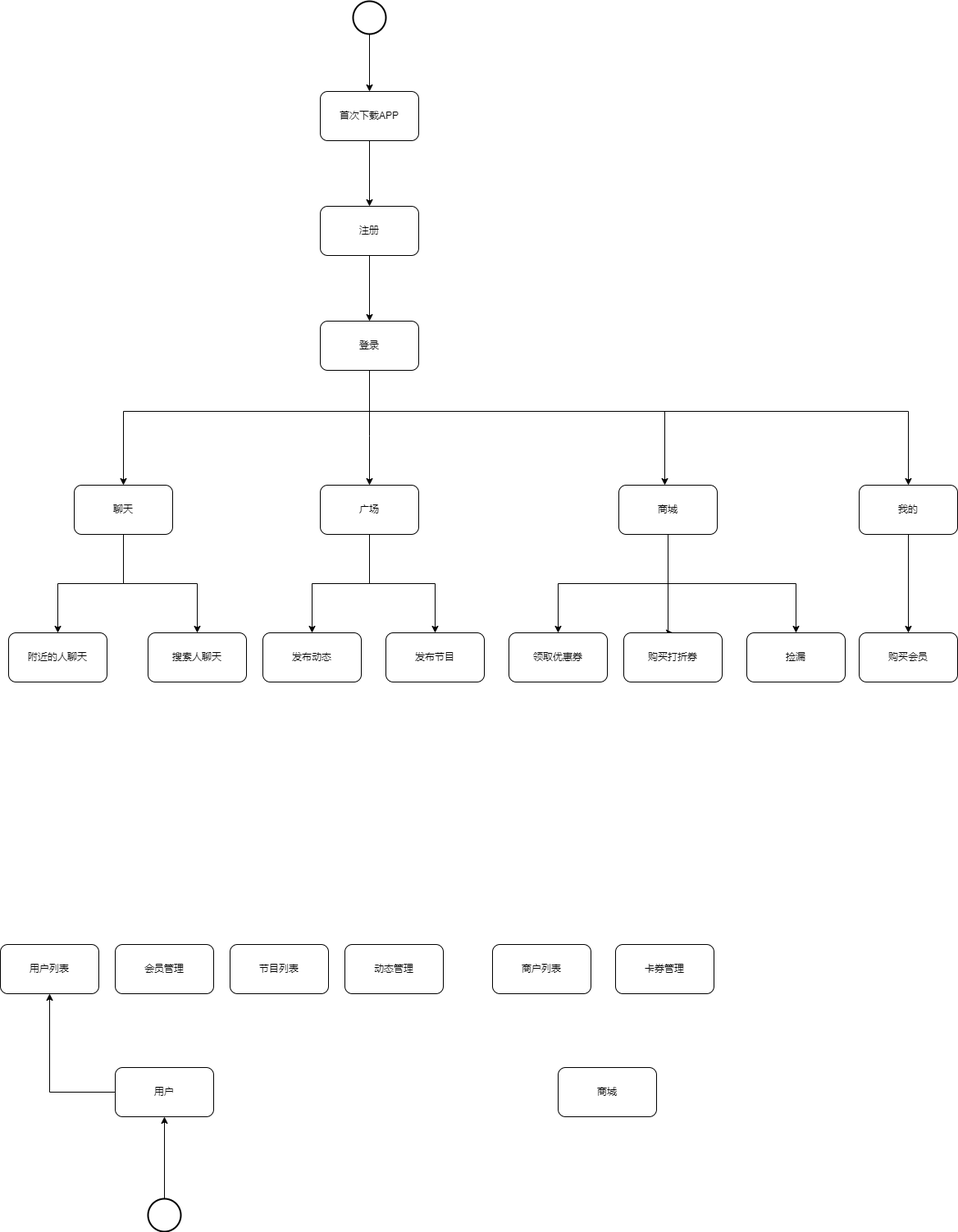
Before: Untitled Diagram.drawio.png, a diagram exported from draw.io (suibianlx/business_architect). Source tidied: cells renumbered, new cells last; positions are measured from the earlier drawing's top-left corner, leaving out a move shared by most shapes.
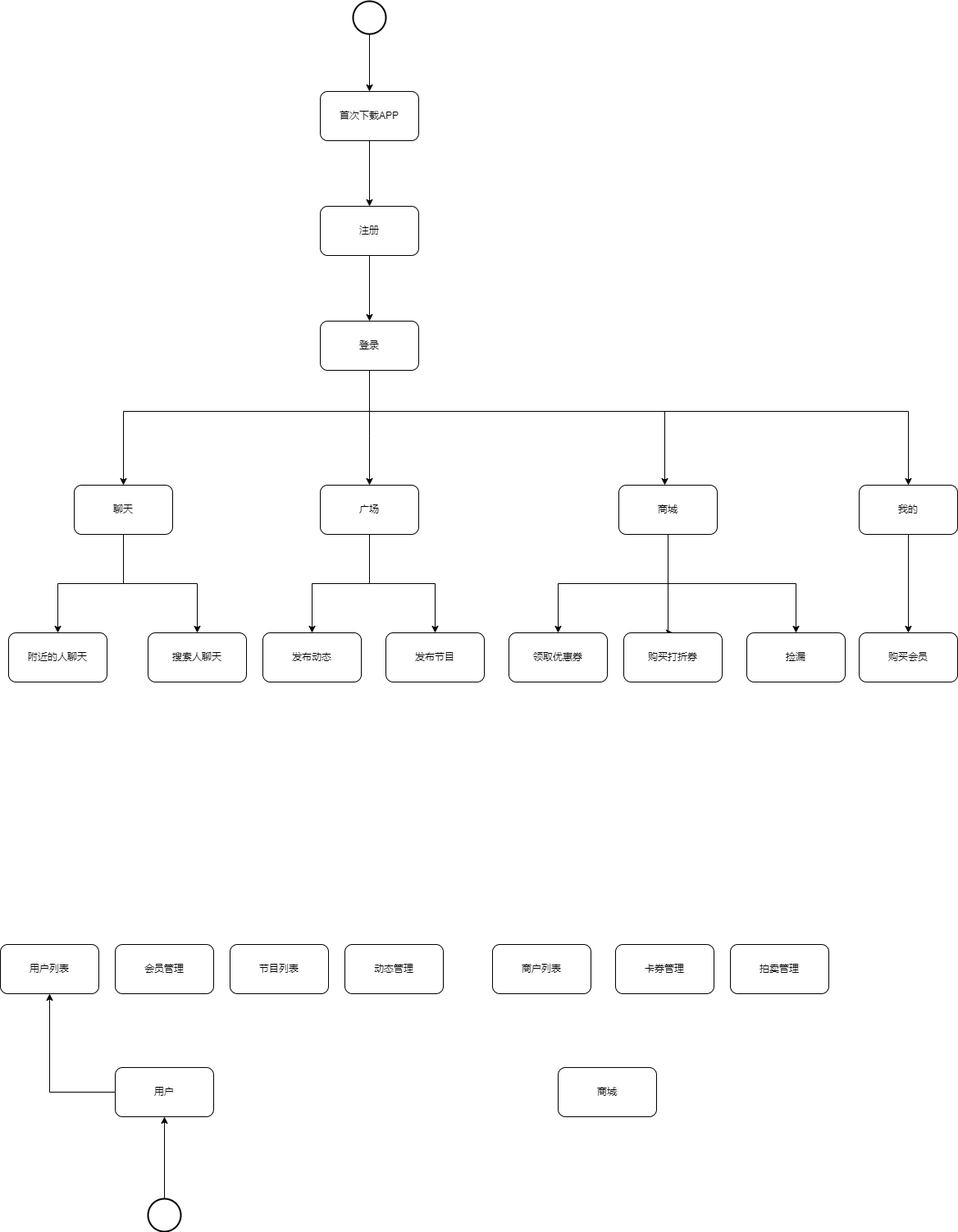
Above is the later version.

Change to the diagram source:
```diff
@@ -162,5 +162,8 @@
     <mxCell id="43" value="卡券管理" style="rounded=1;whiteSpace=wrap;html=1;" parent="1" vertex="1">
       <mxGeometry x="750" y="1150" width="120" height="60" as="geometry" />
     </mxCell>
+    <mxCell id="44" value="拍卖管理" style="rounded=1;whiteSpace=wrap;html=1;" parent="1" vertex="1">
+      <mxGeometry x="890" y="1150" width="120" height="60" as="geometry" />
+    </mxCell>
   </root>
 </mxGraphModel>
```
